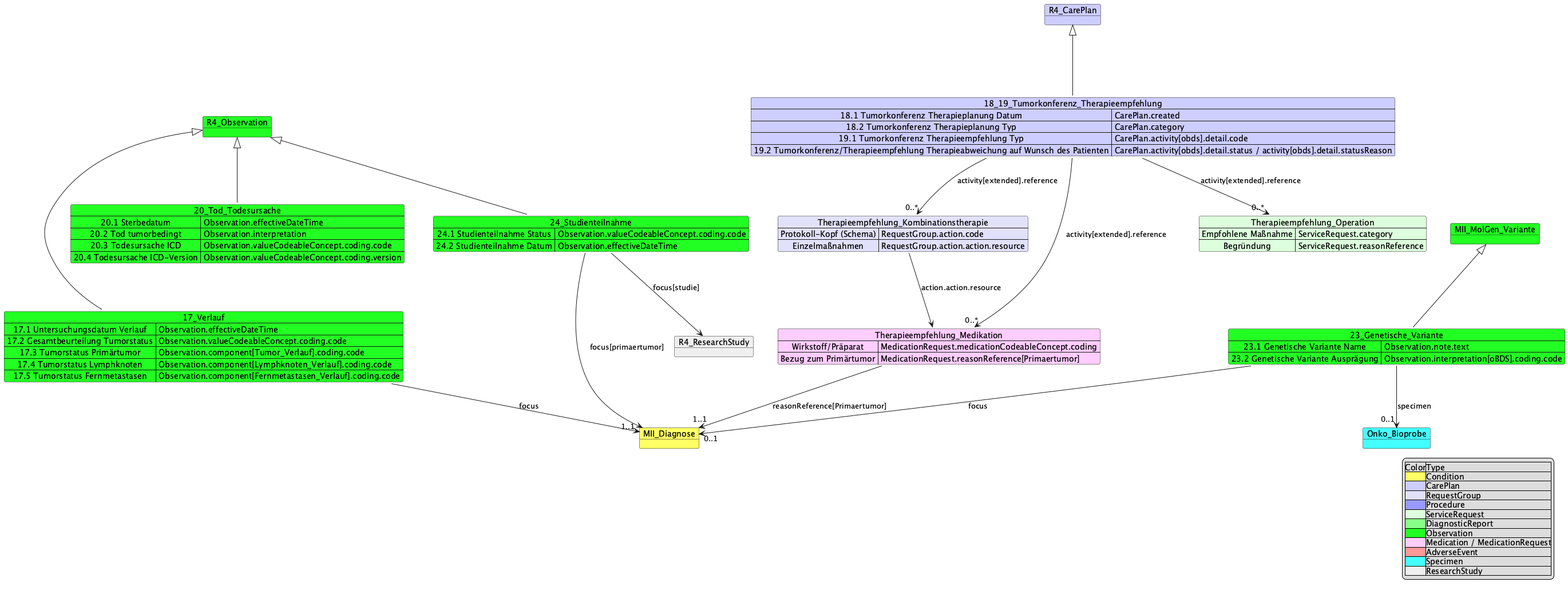
medizininformatik-initiative/kerndatensatzmodul-onkologie keeps this PlantUML diagram as input/images/MII_Onko_17-20_24_Others.png. Above is the earlier version. Source of this version:
```plantuml
@startuml MII_Onko_17-20_24_Others
object R4_Observation #22FF22
object MII_Diagnose #FFFF66

Map 17_Verlauf #22FF22{
    17.1 Untersuchungsdatum Verlauf => Observation.effectiveDateTime
    17.2 Gesamtbeurteilung Tumorstatus => Observation.valueCodeableConcept.coding.code
    17.3 Tumorstatus Primärtumor => Observation.component[Tumor_Verlauf].coding.code
    17.4 Tumorstatus Lymphknoten => Observation.component[Lymphknoten_Verlauf].coding.code
    17.5 Tumorstatus Fernmetastasen => Observation.component[Fernmetastasen_Verlauf].coding.code

}
R4_Observation <|-down-- 17_Verlauf
17_Verlauf --> "1..1" MII_Diagnose : focus

object R4_CarePlan #CCCCFF
Map 18_19_Tumorkonferenz_Therapieempfehlung #CCCCFF{
    18.1 Tumorkonferenz Therapieplanung Datum => CarePlan.created
    18.2 Tumorkonferenz Therapieplanung Typ => CarePlan.category
    19.1 Tumorkonferenz Therapieempfehlung Typ => CarePlan.activity[obds].detail.code
    19.2 Tumorkonferenz/Therapieempfehlung Therapieabweichung auf Wunsch des Patienten => CarePlan.activity[obds].detail.status / activity[obds].detail.statusReason
}
R4_CarePlan <|-down-- 18_19_Tumorkonferenz_Therapieempfehlung

Map Therapieempfehlung_Kombinationstherapie #E0E0FA {
    Protokoll-Kopf (Schema) => RequestGroup.action.code
    Einzelmaßnahmen => RequestGroup.action.action.resource
}

Map Therapieempfehlung_Medikation #FFCCFF {
    Wirkstoff/Präparat => MedicationRequest.medicationCodeableConcept.coding
    Bezug zum Primärtumor => MedicationRequest.reasonReference[Primaertumor]
}

Map Therapieempfehlung_Operation #DDFFDD {
    Empfohlene Maßnahme => ServiceRequest.category
    Begründung => ServiceRequest.reasonReference
}

18_19_Tumorkonferenz_Therapieempfehlung --> "0..*" Therapieempfehlung_Kombinationstherapie : activity[extended].reference
18_19_Tumorkonferenz_Therapieempfehlung --> "0..*" Therapieempfehlung_Medikation : activity[extended].reference
18_19_Tumorkonferenz_Therapieempfehlung --> "0..*" Therapieempfehlung_Operation : activity[extended].reference
Therapieempfehlung_Kombinationstherapie --> Therapieempfehlung_Medikation : action.action.resource
Therapieempfehlung_Medikation --> "1..1" MII_Diagnose : reasonReference[Primaertumor]

Map 20_Tod_Todesursache #22FF22 {
 20.1 Sterbedatum => Observation.effectiveDateTime
 20.2 Tod tumorbedingt => Observation.interpretation
 20.3 Todesursache ICD  => Observation.valueCodeableConcept.coding.code
 20.4 Todesursache ICD-Version => Observation.valueCodeableConcept.coding.version
 }
R4_Observation <|-down- 20_Tod_Todesursache

object MII_MolGen_Variante #22FF22
object Onko_Bioprobe #44FFFF
Map 23_Genetische_Variante #22FF22 {
    23.1 Genetische Variante Name => Observation.note.text
    23.2 Genetische Variante Ausprägung => Observation.interpretation[oBDS].coding.code
}
MII_MolGen_Variante <|-down- 23_Genetische_Variante
23_Genetische_Variante --> "0..1" Onko_Bioprobe : specimen
23_Genetische_Variante --> "0..1" MII_Diagnose : focus


object R4_ResearchStudy #EEEEEE
Map 24_Studienteilnahme #22FF22 {
    24.1 Studienteilnahme Status => Observation.valueCodeableConcept.coding.code
    24.2 Studienteilnahme Datum => Observation.effectiveDateTime
}
R4_Observation <|-down- 24_Studienteilnahme
24_Studienteilnahme --> MII_Diagnose : focus[primaertumor]
24_Studienteilnahme --> R4_ResearchStudy : focus[studie]



legend right
|Color|Type|
|<#FFFF66>|Condition|
|<#CCCCFF>|CarePlan|
|<#E0E0FA>|RequestGroup|
|<#9999FF>|Procedure|
|<#DDFFDD>|ServiceRequest|
|<#88FF88>|DiagnosticReport|
|<#22FF22>|Observation|
|<#FFCCFF>|Medication / MedicationRequest|
|<#FF9999>|AdverseEvent|
|<#44FFFF>|Specimen|
|<#EEEEEE>|ResearchStudy|
endlegend

@enduml
```
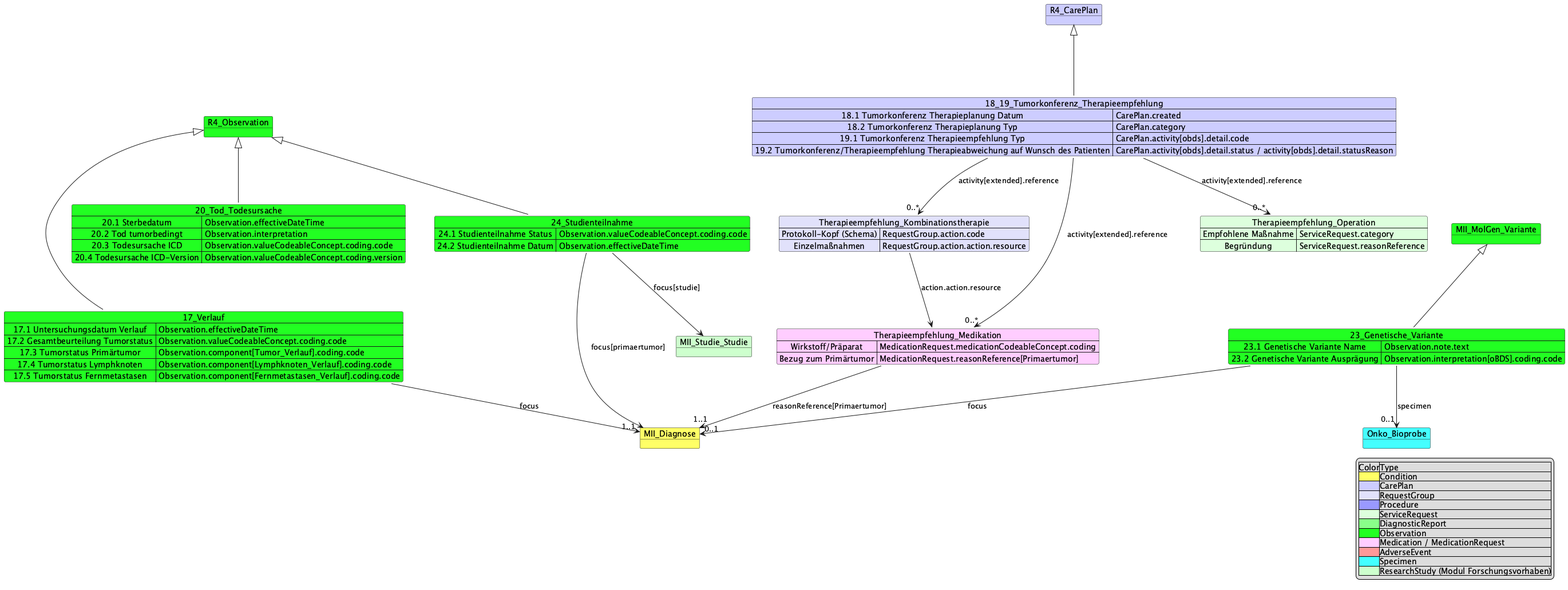
The same diagram one commit later.

Diff of the diagram source:
```diff
@@ -62,14 +62,14 @@
 23_Genetische_Variante --> "0..1" MII_Diagnose : focus
 
 
-object R4_ResearchStudy #EEEEEE
+object MII_Studie_Studie [[https://simplifier.net/medizininformatikinitiative-modulstudie]] #CCFFCC
 Map 24_Studienteilnahme #22FF22 {
     24.1 Studienteilnahme Status => Observation.valueCodeableConcept.coding.code
     24.2 Studienteilnahme Datum => Observation.effectiveDateTime
 }
 R4_Observation <|-down- 24_Studienteilnahme
 24_Studienteilnahme --> MII_Diagnose : focus[primaertumor]
-24_Studienteilnahme --> R4_ResearchStudy : focus[studie]
+24_Studienteilnahme --> MII_Studie_Studie : focus[studie]
 
 
 
@@ -85,7 +85,7 @@
 |<#FFCCFF>|Medication / MedicationRequest|
 |<#FF9999>|AdverseEvent|
 |<#44FFFF>|Specimen|
-|<#EEEEEE>|ResearchStudy|
+|<#CCFFCC>|ResearchStudy (Modul Forschungsvorhaben)|
 endlegend
 
 @enduml
```
